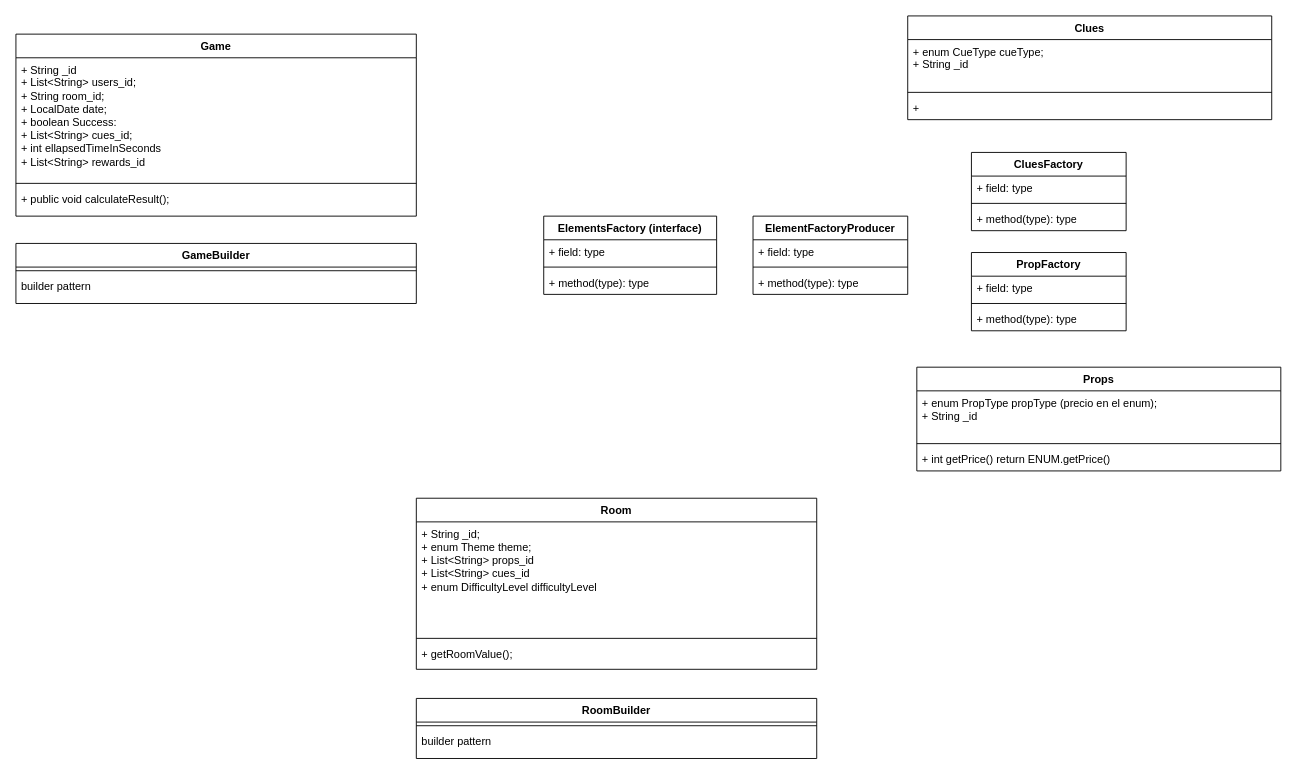
Cinsara/DevelopersTeam_ScapeRoom keeps this draw.io diagram as page "GameArea" (2 of 7) of Escape-Room-UML.drawio. Above is the earlier version. Source tidied: cells renumbered, new cells numbered last; positions are measured from the earlier drawing's top-left corner, leaving out a move shared by most shapes. Both pictures are drawn from the tidied source at 91%, with x=0, y=0 at pixel (15, 15).
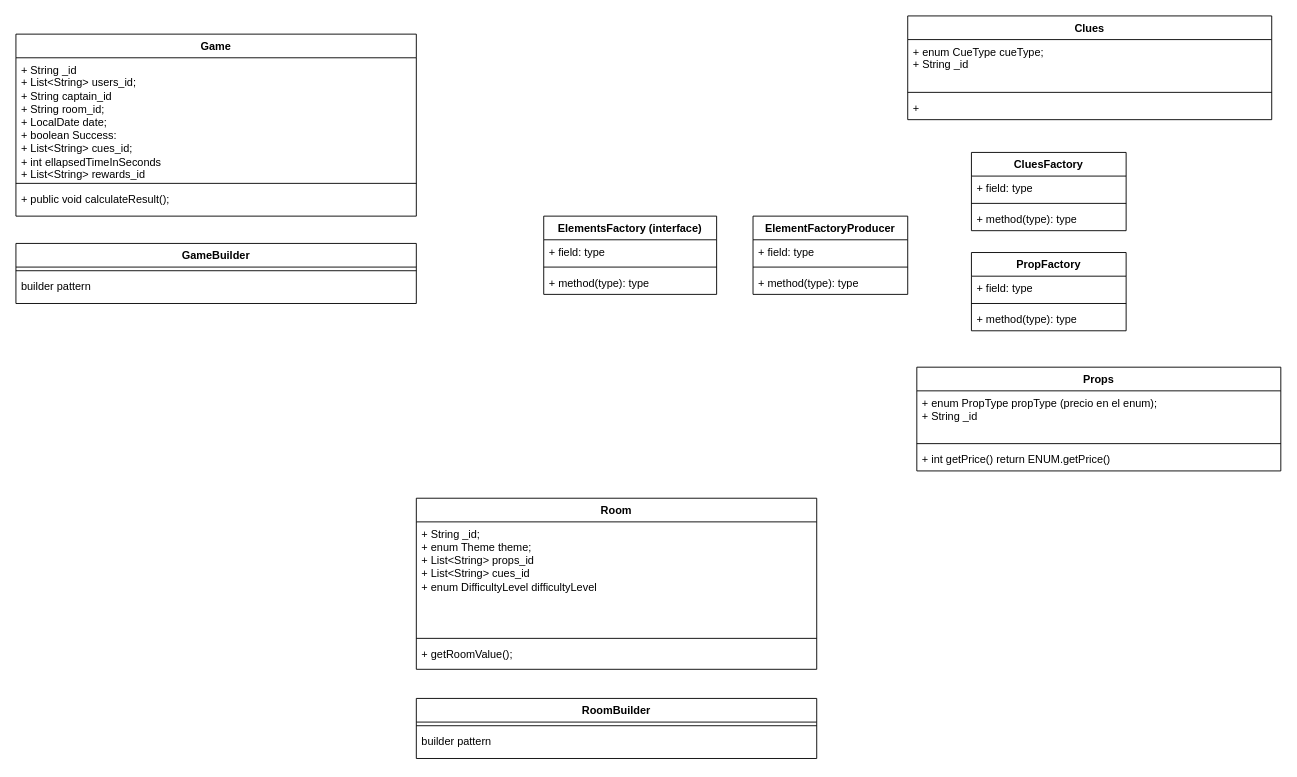
The same diagram, later.

Unchanged cells that the change refers to:
```xml
<mxCell id="2" value="Game" style="swimlane;fontStyle=1;align=center;verticalAlign=top;horizontal=1;startSize=26;whiteSpace=wrap;html=1;" parent="1" vertex="1">
  <mxGeometry y="20" width="440" height="200" as="geometry" />
</mxCell>
```

What changed in the source:
```diff
@@
-    <mxCell id="3" value="+ String _id&lt;div&gt;+ List&amp;lt;String&amp;gt; users_id;&lt;div&gt;+ String room_id;&lt;/div&gt;&lt;div&gt;+ LocalDate date;&lt;/div&gt;&lt;div&gt;+ boolean Success:&lt;/div&gt;&lt;/div&gt;&lt;div&gt;+ List&amp;lt;String&amp;gt; cues_id;&lt;/div&gt;&lt;div&gt;+ int ellapsedTimeInSeconds&lt;/div&gt;&lt;div&gt;+ List&amp;lt;String&amp;gt; rewards_id&lt;/div&gt;" style="text;strokeColor=none;fillColor=none;align=left;verticalAlign=top;spacingLeft=4;spacingRight=4;overflow=hidden;whiteSpace=wrap;html=1;" parent="2" vertex="1">
+    <mxCell id="3" value="+ String _id&lt;div&gt;+ List&amp;lt;String&amp;gt; users_id;&lt;/div&gt;&lt;div&gt;+ String captain_id&lt;br&gt;&lt;div&gt;+ String room_id;&lt;/div&gt;&lt;div&gt;+ LocalDate date;&lt;/div&gt;&lt;div&gt;+ boolean Success:&lt;/div&gt;&lt;/div&gt;&lt;div&gt;+ List&amp;lt;String&amp;gt; cues_id;&lt;/div&gt;&lt;div&gt;+ int ellapsedTimeInSeconds&lt;/div&gt;&lt;div&gt;+ List&amp;lt;String&amp;gt; rewards_id&lt;/div&gt;" style="text;strokeColor=none;fillColor=none;align=left;verticalAlign=top;spacingLeft=4;spacingRight=4;overflow=hidden;whiteSpace=wrap;html=1;" parent="2" vertex="1">
       <mxGeometry y="26" width="440" height="134" as="geometry" />
     </mxCell>
```
